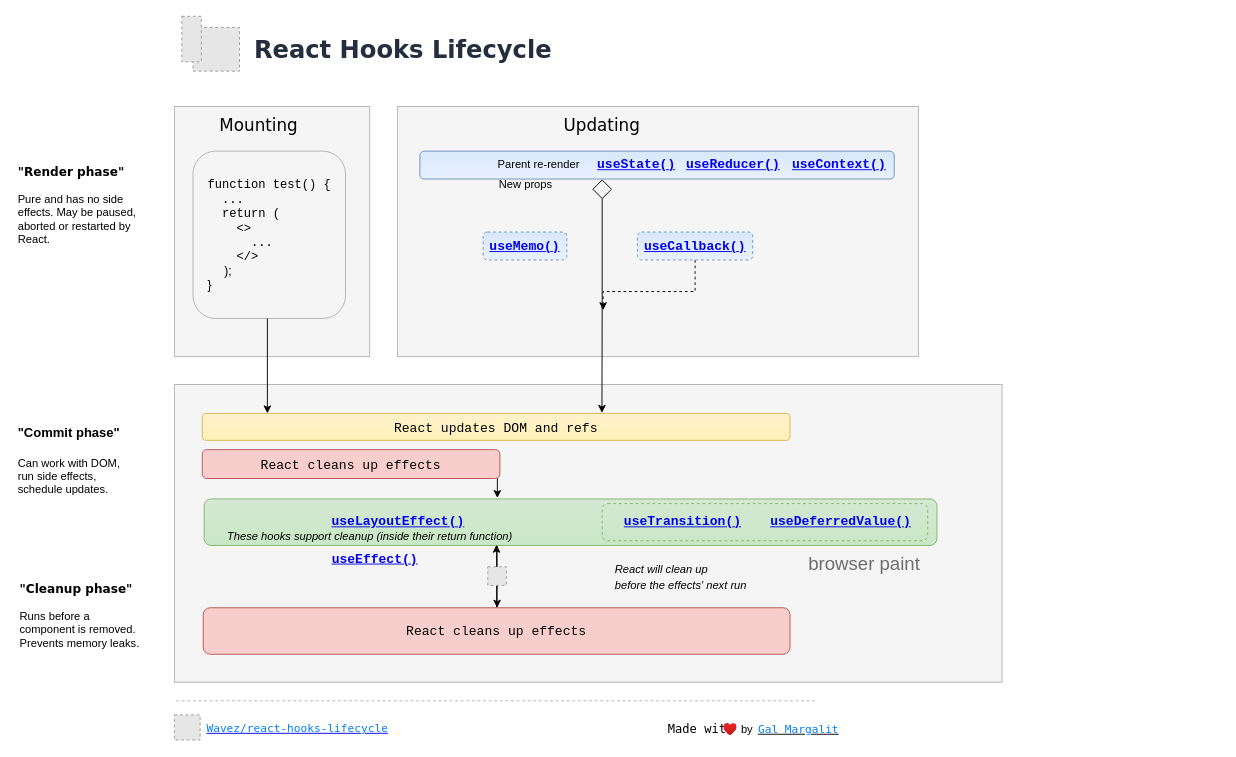
This is chart.drawio from Wavez/react-hooks-lifecycle, a draw.io file, before an edit. Source tidied: cells renumbered, new cells numbered last; positions are measured from the earlier drawing's top-left corner, leaving out a move shared by most shapes. Both pictures are drawn from the tidied source at 93%, with x=0, y=0 at pixel (16, 16). Pictures stored in the file or linked from it are replaced by grey dashed boxes.
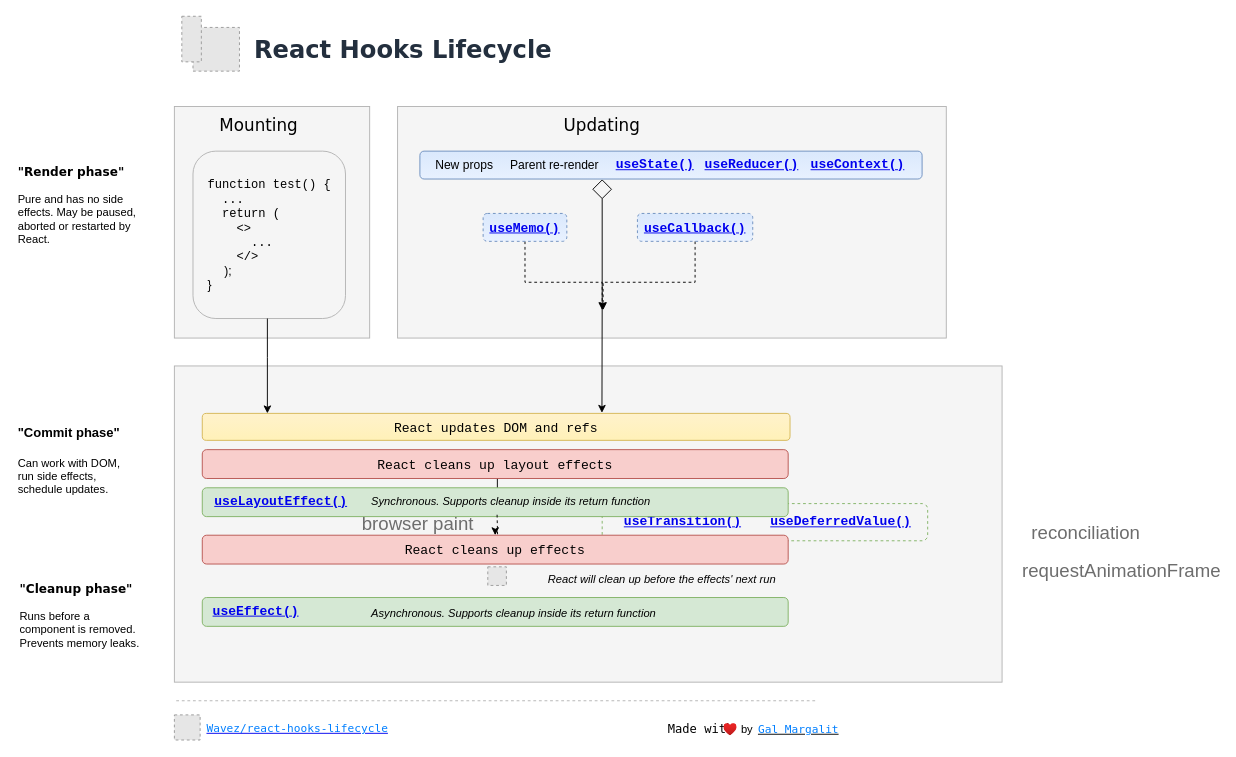
The same page after the edit.

Diff of the diagram source:
```diff
@@
     <mxCell id="2" style="rounded=0;whiteSpace=wrap;html=1;fillColor=#f5f5f5;strokeColor=#B3B3B3;fontColor=#333333;" parent="1" vertex="1">
-      <mxGeometry x="170" y="97" width="210" height="269" as="geometry" />
+      <mxGeometry x="170" y="97" width="210" height="249" as="geometry" />
     </mxCell>
@@
     <mxCell id="6" style="rounded=0;whiteSpace=wrap;html=1;fillColor=#f5f5f5;strokeColor=#B3B3B3;fontColor=#333333;" parent="1" vertex="1">
-      <mxGeometry x="410" y="97" width="560" height="269" as="geometry" />
+      <mxGeometry x="410" y="97" width="590" height="249" as="geometry" />
     </mxCell>
@@
     <mxCell id="8" style="rounded=0;whiteSpace=wrap;html=1;fillColor=#f5f5f5;fontColor=#333333;strokeColor=#B3B3B3;" parent="1" vertex="1">
-      <mxGeometry x="170" y="396" width="890" height="320" as="geometry" />
+      <mxGeometry x="170" y="376" width="890" height="340" as="geometry" />
     </mxCell>
-    <mxCell id="9" style="edgeStyle=orthogonalEdgeStyle;rounded=0;jettySize=auto;html=1;fontFamily=Helvetica;fontSize=12;" parent="1" edge="1" source="10" target="28">
-      <mxGeometry relative="1" as="geometry">
-        <Array as="points">
-          <mxPoint x="517" y="576" />
-          <mxPoint x="517" y="576" />
-        </Array>
-      </mxGeometry>
-    </mxCell>
-    <mxCell id="10" style="rounded=1;whiteSpace=wrap;html=1;fillColor=#d5e8d4;strokeColor=#82b366;gradientColor=#C8E8C5;" parent="1" vertex="1">
-      <mxGeometry x="202" y="519" width="788" height="50" as="geometry" />
-    </mxCell>
+    <mxCell id="52" style="edgeStyle=orthogonalEdgeStyle;rounded=0;jettySize=auto;html=1;fontSize=13;exitX=0.5;exitY=1;exitDx=0;exitDy=0;dashed=1;" parent="1" edge="1" source="11">
+      <mxGeometry relative="1" as="geometry">
+        <mxPoint x="630" y="316" as="targetPoint" />
+        <Array as="points">
+          <mxPoint x="547" y="286" />
+          <mxPoint x="630" y="286" />
+        </Array>
+      </mxGeometry>
+    </mxCell>
     <mxCell id="11" value="&lt;h3 id=&quot;static-getderivedstatefromprops&quot;&gt;&lt;code&gt;&lt;font style=&quot;font-size: 14px&quot;&gt;&lt;a href=&quot;https://reactjs.org/docs/hooks-reference.html#usememo&quot;&gt;useMemo()&lt;/a&gt;&lt;/font&gt;&lt;/code&gt;&lt;/h3&gt;" style="rounded=1;whiteSpace=wrap;html=1;fillColor=#dae8fc;strokeColor=#6c8ebf;dashed=1;gradientColor=#E8F1FF;" parent="1" vertex="1">
-      <mxGeometry x="502" y="232" width="90" height="30" as="geometry" />
+      <mxGeometry x="502" y="212" width="90" height="30" as="geometry" />
     </mxCell>
@@
     <mxCell id="13" style="edgeStyle=orthogonalEdgeStyle;rounded=0;jettySize=auto;html=1;dashed=1;fontColor=#007FFF;" parent="1" edge="1" source="14">
       <mxGeometry relative="1" as="geometry">
         <mxPoint x="631" y="316" as="targetPoint" />
         <Array as="points">
-          <mxPoint x="730" y="296" />
-          <mxPoint x="631" y="296" />
+          <mxPoint x="730" y="286" />
+          <mxPoint x="631" y="286" />
         </Array>
       </mxGeometry>
     </mxCell>
     <mxCell id="14" value="&lt;h3 id=&quot;static-getderivedstatefromprops&quot;&gt;&lt;code&gt;&lt;font style=&quot;font-size: 14px&quot;&gt;&lt;a href=&quot;https://reactjs.org/docs/hooks-reference.html#usecallback&quot;&gt;useCallback()&lt;/a&gt;&lt;/font&gt;&lt;/code&gt;&lt;/h3&gt;" style="rounded=1;whiteSpace=wrap;html=1;fillColor=#dae8fc;strokeColor=#6c8ebf;dashed=1;gradientColor=#E8F1FF;" parent="1" vertex="1">
-      <mxGeometry x="667.9" y="232" width="124" height="30" as="geometry" />
+      <mxGeometry x="667.9" y="212" width="124" height="30" as="geometry" />
     </mxCell>
-    <mxCell id="15" value="&lt;h3 id=&quot;static-getderivedstatefromprops&quot;&gt;&lt;code style=&quot;font-size: 14px&quot;&gt;&lt;font style=&quot;font-size: 14px&quot;&gt;&lt;a href=&quot;https://reactjs.org/docs/hooks-reference.html#useeffect&quot;&gt;useEffect()&lt;/a&gt;&amp;nbsp;&lt;/font&gt;&lt;/code&gt;&lt;/h3&gt;" style="text;html=1;strokeColor=none;fillColor=none;align=center;verticalAlign=middle;whiteSpace=wrap;rounded=0;" parent="1" vertex="1">
-      <mxGeometry x="370" y="573" width="40" height="20" as="geometry" />
-    </mxCell>
-    <mxCell id="16" value="&lt;h3 id=&quot;static-getderivedstatefromprops&quot;&gt;&lt;code style=&quot;font-size: 14px&quot;&gt;&lt;a href=&quot;https://reactjs.org/docs/hooks-reference.html#useeffect&quot;&gt;useLayoutEffect()&lt;/a&gt;&amp;nbsp;&lt;/code&gt;&lt;/h3&gt;&lt;h3 id=&quot;static-getderivedstatefromprops&quot;&gt;&lt;code&gt;&lt;font size=&quot;1&quot;&gt;&lt;a href=&quot;https://reactjs.org/docs/hooks-reference.html#uselayouteffect&quot;&gt;&lt;/a&gt;&lt;/font&gt;&lt;/code&gt;&lt;/h3&gt;" style="text;html=1;strokeColor=none;fillColor=none;align=center;verticalAlign=middle;whiteSpace=wrap;rounded=0;" parent="1" vertex="1">
-      <mxGeometry x="395" y="533" width="40" height="20" as="geometry" />
-    </mxCell>
@@
     <mxCell id="19" style="group;spacing=2;" parent="1" vertex="1">
-      <mxGeometry x="494" y="145" width="450" height="180" as="geometry" />
+      <mxGeometry x="494" y="145" width="480" height="180" as="geometry" />
     </mxCell>
     <mxCell id="20" style="rounded=1;whiteSpace=wrap;html=1;fillColor=#dae8fc;strokeColor=#6c8ebf;gradientColor=#E8F1FF;" parent="19" vertex="1">
-      <mxGeometry x="-60" width="510" height="30" as="geometry" />
+      <mxGeometry x="-60" width="540" height="30" as="geometry" />
     </mxCell>
     <mxCell id="21" value="&lt;h3 id=&quot;static-getderivedstatefromprops&quot;&gt;&lt;code&gt;&lt;font color=&quot;#3399ff&quot; style=&quot;font-size: 14px&quot;&gt;&lt;a href=&quot;https://reactjs.org/docs/hooks-reference.html#usestate&quot;&gt;useState()&lt;/a&gt;&lt;/font&gt;&lt;/code&gt;&lt;/h3&gt;" style="text;html=1;strokeColor=none;fillColor=none;align=center;verticalAlign=middle;whiteSpace=wrap;rounded=0;" parent="19" vertex="1">
-      <mxGeometry x="153" y="4" width="40" height="20" as="geometry" />
+      <mxGeometry x="173" y="4" width="40" height="20" as="geometry" />
     </mxCell>
     <mxCell id="22" value="&lt;h3 id=&quot;static-getderivedstatefromprops&quot;&gt;&lt;code&gt;&lt;font color=&quot;#3399ff&quot; style=&quot;font-size: 14px&quot;&gt;&lt;a href=&quot;https://reactjs.org/docs/hooks-reference.html#usereducer&quot;&gt;useReducer()&lt;/a&gt;&lt;/font&gt;&lt;/code&gt;&lt;/h3&gt;" style="text;html=1;strokeColor=none;fillColor=none;align=center;verticalAlign=middle;whiteSpace=wrap;rounded=0;" parent="19" vertex="1">
-      <mxGeometry x="257" y="4" width="40" height="20" as="geometry" />
+      <mxGeometry x="277" y="4" width="40" height="20" as="geometry" />
     </mxCell>
     <mxCell id="23" value="&lt;h3 id=&quot;static-getderivedstatefromprops&quot;&gt;&lt;code&gt;&lt;font color=&quot;#3399ff&quot; style=&quot;font-size: 14px&quot;&gt;&lt;a href=&quot;https://reactjs.org/docs/hooks-reference.html#usecontext&quot; style=&quot;line-height: 1&quot;&gt;useContext()&lt;/a&gt;&lt;/font&gt;&lt;/code&gt;&lt;/h3&gt;" style="text;html=1;strokeColor=none;fillColor=none;align=center;verticalAlign=middle;whiteSpace=wrap;rounded=0;" parent="19" vertex="1">
-      <mxGeometry x="370.5" y="4" width="40" height="20" as="geometry" />
+      <mxGeometry x="390.5" y="4" width="40" height="20" as="geometry" />
     </mxCell>
@@
-    <mxCell id="25" value="&lt;h3 id=&quot;static-getderivedstatefromprops&quot; style=&quot;color: rgb(0 , 0 , 0) ; letter-spacing: normal ; text-indent: 0px ; text-transform: none ; word-spacing: 0px&quot;&gt;&lt;span style=&quot;font-weight: 400&quot;&gt;&lt;font style=&quot;font-size: 12px&quot;&gt;&lt;i&gt;These hooks support cleanup (inside their return function)&lt;/i&gt;&lt;/font&gt;&lt;/span&gt;&lt;/h3&gt;" style="text;whiteSpace=wrap;html=1;fillColor=none;align=left;" parent="1" vertex="1">
-      <mxGeometry x="225" y="530" width="340" height="60" as="geometry" />
-    </mxCell>
+    <mxCell id="51" value="&lt;font style=&quot;font-size: 13px;&quot;&gt;New props&lt;/font&gt;" style="rounded=1;whiteSpace=wrap;html=1;fillColor=none;strokeColor=none;gradientColor=#E8F1FF;align=center;spacingLeft=0;fontSize=13;" parent="19" vertex="1">
+      <mxGeometry x="-58" width="92" height="30" as="geometry" />
+    </mxCell>
@@
-    <mxCell id="27" style="edgeStyle=orthogonalEdgeStyle;rounded=0;jettySize=auto;html=1;exitX=0.5;exitY=0;exitDx=0;exitDy=0;entryX=0.399;entryY=0.986;entryDx=0;entryDy=0;fontFamily=Helvetica;fontSize=12;entryPerimeter=0;" parent="1" edge="1" source="28" target="10">
-      <mxGeometry relative="1" as="geometry" />
-    </mxCell>
-    <mxCell id="28" value="&lt;h3 id=&quot;static-getderivedstatefromprops&quot;&gt;&lt;code style=&quot;font-weight: normal&quot;&gt;React cleans up effects&lt;/code&gt;&lt;/h3&gt;" style="rounded=1;whiteSpace=wrap;html=1;fillColor=#f8cecc;strokeColor=#b85450;" parent="1" vertex="1">
-      <mxGeometry x="201" y="636" width="631" height="50" as="geometry" />
-    </mxCell>
@@
-    <mxCell id="32" value="&lt;h3 id=&quot;static-getderivedstatefromprops&quot; style=&quot;color: rgb(0 , 0 , 0) ; letter-spacing: normal ; text-indent: 0px ; text-transform: none ; word-spacing: 0px&quot;&gt;&lt;span style=&quot;font-size: 12px ; font-weight: 400&quot;&gt;&lt;i&gt;React will clean up&lt;br&gt;before the effects' next run&lt;/i&gt;&lt;/span&gt;&lt;/h3&gt;" style="text;whiteSpace=wrap;html=1;fillColor=none;align=left;" parent="1" vertex="1">
-      <mxGeometry x="642" y="565" width="170" height="60" as="geometry" />
+    <mxCell id="32" value="&lt;h3 id=&quot;static-getderivedstatefromprops&quot; style=&quot;color: rgb(0 , 0 , 0) ; letter-spacing: normal ; text-indent: 0px ; text-transform: none ; word-spacing: 0px&quot;&gt;&lt;span style=&quot;font-size: 12px ; font-weight: 400&quot;&gt;&lt;i&gt;React will clean up&amp;nbsp;before the effects' next run&lt;/i&gt;&lt;/span&gt;&lt;/h3&gt;" style="text;whiteSpace=wrap;html=1;fillColor=none;align=left;" parent="1" vertex="1">
+      <mxGeometry x="570" y="576" width="260" height="40" as="geometry" />
     </mxCell>
@@
     <mxCell id="45" value="&lt;h4 id=&quot;usedeferredvalue&quot; style=&quot;margin: 0px ; padding: 0px ; box-sizing: inherit ; font-size: 20px ; color: rgb(109 , 109 , 109) ; line-height: 1.3 ; font-weight: 400 ; font-style: normal ; letter-spacing: normal ; text-indent: 0px ; text-transform: none ; word-spacing: 0px&quot;&gt;browser paint&lt;/h4&gt;" style="text;whiteSpace=wrap;html=1;" parent="1" vertex="1">
-      <mxGeometry x="850" y="569" width="190" height="40" as="geometry" />
+      <mxGeometry x="370" y="526" width="190" height="40" as="geometry" />
     </mxCell>
@@
-    <mxCell id="49" value="&lt;h3 id=&quot;static-getderivedstatefromprops&quot;&gt;&lt;code style=&quot;font-weight: normal&quot;&gt;React cleans up effects&lt;/code&gt;&lt;/h3&gt;" style="rounded=1;whiteSpace=wrap;html=1;fillColor=#f8cecc;strokeColor=#b85450;" parent="1" vertex="1">
-      <mxGeometry x="200" y="466" width="320" height="31" as="geometry" />
+    <mxCell id="49" value="&lt;h3 id=&quot;static-getderivedstatefromprops&quot;&gt;&lt;code style=&quot;font-weight: normal&quot;&gt;React cleans up layout effects&lt;/code&gt;&lt;/h3&gt;" style="rounded=1;whiteSpace=wrap;html=1;fillColor=#f8cecc;strokeColor=#b85450;" parent="1" vertex="1">
+      <mxGeometry x="200" y="466" width="630" height="31" as="geometry" />
     </mxCell>
-    <mxCell id="50" value="Parent re-render" style="rounded=1;whiteSpace=wrap;html=1;fillColor=none;strokeColor=none;gradientColor=#E8F1FF;" parent="1" vertex="1">
-      <mxGeometry x="512" y="145" width="100" height="30" as="geometry" />
+    <mxCell id="50" value="Parent re-render" style="rounded=1;whiteSpace=wrap;html=1;fillColor=none;strokeColor=none;gradientColor=#E8F1FF;fontSize=13;" parent="1" vertex="1">
+      <mxGeometry x="529" y="145" width="100" height="30" as="geometry" />
     </mxCell>
-    <mxCell id="51" value="&lt;font style=&quot;font-size: 12px&quot;&gt;New props&lt;/font&gt;" style="rounded=1;whiteSpace=wrap;html=1;fillColor=none;strokeColor=none;gradientColor=#E8F1FF;align=center;spacingLeft=0;" parent="1" vertex="1">
-      <mxGeometry x="502" y="166" width="92" height="30" as="geometry" />
-    </mxCell>
+    <mxCell id="53" value="&lt;h3 id=&quot;static-getderivedstatefromprops&quot;&gt;&lt;br&gt;&lt;/h3&gt;" style="rounded=1;whiteSpace=wrap;html=1;fillColor=#d5e8d4;strokeColor=#82b366;" parent="1" vertex="1">
+      <mxGeometry x="200" y="507" width="630" height="31" as="geometry" />
+    </mxCell>
+    <mxCell id="25" value="&lt;i&gt;Synchronous.&lt;/i&gt;&lt;i style=&quot;background-color: initial;&quot;&gt;&amp;nbsp;Supports cleanup inside its return function&lt;/i&gt;&lt;i&gt;&lt;br&gt;&lt;/i&gt;" style="text;whiteSpace=wrap;html=1;fillColor=none;align=left;" parent="1" vertex="1">
+      <mxGeometry x="380" y="508" width="310" height="39" as="geometry" />
+    </mxCell>
+    <mxCell id="16" value="&lt;h3 id=&quot;static-getderivedstatefromprops&quot;&gt;&lt;code style=&quot;font-size: 14px&quot;&gt;&lt;a href=&quot;https://reactjs.org/docs/hooks-reference.html#useeffect&quot;&gt;useLayoutEffect()&lt;/a&gt;&amp;nbsp;&lt;/code&gt;&lt;/h3&gt;&lt;h3 id=&quot;static-getderivedstatefromprops&quot;&gt;&lt;code&gt;&lt;font size=&quot;1&quot;&gt;&lt;a href=&quot;https://reactjs.org/docs/hooks-reference.html#uselayouteffect&quot;&gt;&lt;/a&gt;&lt;/font&gt;&lt;/code&gt;&lt;/h3&gt;" style="text;html=1;strokeColor=none;fillColor=none;align=center;verticalAlign=middle;whiteSpace=wrap;rounded=0;" parent="1" vertex="1">
+      <mxGeometry x="268.8" y="511" width="40" height="20" as="geometry" />
+    </mxCell>
+    <mxCell id="54" style="edgeStyle=orthogonalEdgeStyle;rounded=0;jettySize=auto;html=1;dashed=1;fontSize=13;" parent="1" edge="1" target="28">
+      <mxGeometry relative="1" as="geometry">
+        <mxPoint x="517" y="536" as="sourcePoint" />
+      </mxGeometry>
+    </mxCell>
+    <mxCell id="28" value="&lt;h3 id=&quot;static-getderivedstatefromprops&quot;&gt;&lt;code style=&quot;font-weight: normal&quot;&gt;React cleans up effects&lt;/code&gt;&lt;/h3&gt;" style="rounded=1;whiteSpace=wrap;html=1;fillColor=#f8cecc;strokeColor=#b85450;" parent="1" vertex="1">
+      <mxGeometry x="200" y="558" width="630" height="31" as="geometry" />
+    </mxCell>
+    <mxCell id="55" value="&lt;h3 id=&quot;static-getderivedstatefromprops&quot;&gt;&lt;br&gt;&lt;/h3&gt;" style="rounded=1;whiteSpace=wrap;html=1;fillColor=#d5e8d4;strokeColor=#82b366;" parent="1" vertex="1">
+      <mxGeometry x="200" y="625" width="630" height="31" as="geometry" />
+    </mxCell>
+    <mxCell id="15" value="&lt;h3 id=&quot;static-getderivedstatefromprops&quot;&gt;&lt;code style=&quot;font-size: 14px&quot;&gt;&lt;font style=&quot;font-size: 14px&quot;&gt;&lt;a href=&quot;https://reactjs.org/docs/hooks-reference.html#useeffect&quot;&gt;useEffect()&lt;/a&gt;&amp;nbsp;&lt;/font&gt;&lt;/code&gt;&lt;/h3&gt;" style="text;html=1;strokeColor=none;fillColor=none;align=center;verticalAlign=middle;whiteSpace=wrap;rounded=0;" parent="1" vertex="1">
+      <mxGeometry x="242" y="625" width="40" height="27" as="geometry" />
+    </mxCell>
+    <mxCell id="56" value="&lt;i&gt;Asynchronous.&lt;/i&gt;&lt;i style=&quot;background-color: initial;&quot;&gt;&amp;nbsp;Supports cleanup inside its return function&lt;/i&gt;&lt;i&gt;&lt;br&gt;&lt;/i&gt;" style="text;whiteSpace=wrap;html=1;fillColor=none;align=left;" parent="1" vertex="1">
+      <mxGeometry x="380" y="628" width="310" height="39" as="geometry" />
+    </mxCell>
+    <mxCell id="57" value="&lt;h4 id=&quot;usedeferredvalue&quot; style=&quot;margin: 0px ; padding: 0px ; box-sizing: inherit ; font-size: 20px ; color: rgb(109 , 109 , 109) ; line-height: 1.3 ; font-weight: 400 ; font-style: normal ; letter-spacing: normal ; text-indent: 0px ; text-transform: none ; word-spacing: 0px&quot;&gt;reconciliation&lt;/h4&gt;" style="text;whiteSpace=wrap;html=1;" parent="1" vertex="1">
+      <mxGeometry x="1090" y="536" width="190" height="40" as="geometry" />
+    </mxCell>
+    <mxCell id="58" value="&lt;h4 id=&quot;usedeferredvalue&quot; style=&quot;margin: 0px ; padding: 0px ; box-sizing: inherit ; font-size: 20px ; color: rgb(109 , 109 , 109) ; line-height: 1.3 ; font-weight: 400 ; font-style: normal ; letter-spacing: normal ; text-indent: 0px ; text-transform: none ; word-spacing: 0px&quot;&gt;requestAnimationFrame&lt;/h4&gt;" style="text;whiteSpace=wrap;html=1;" parent="1" vertex="1">
+      <mxGeometry x="1080" y="576" width="190" height="40" as="geometry" />
+    </mxCell>
```
